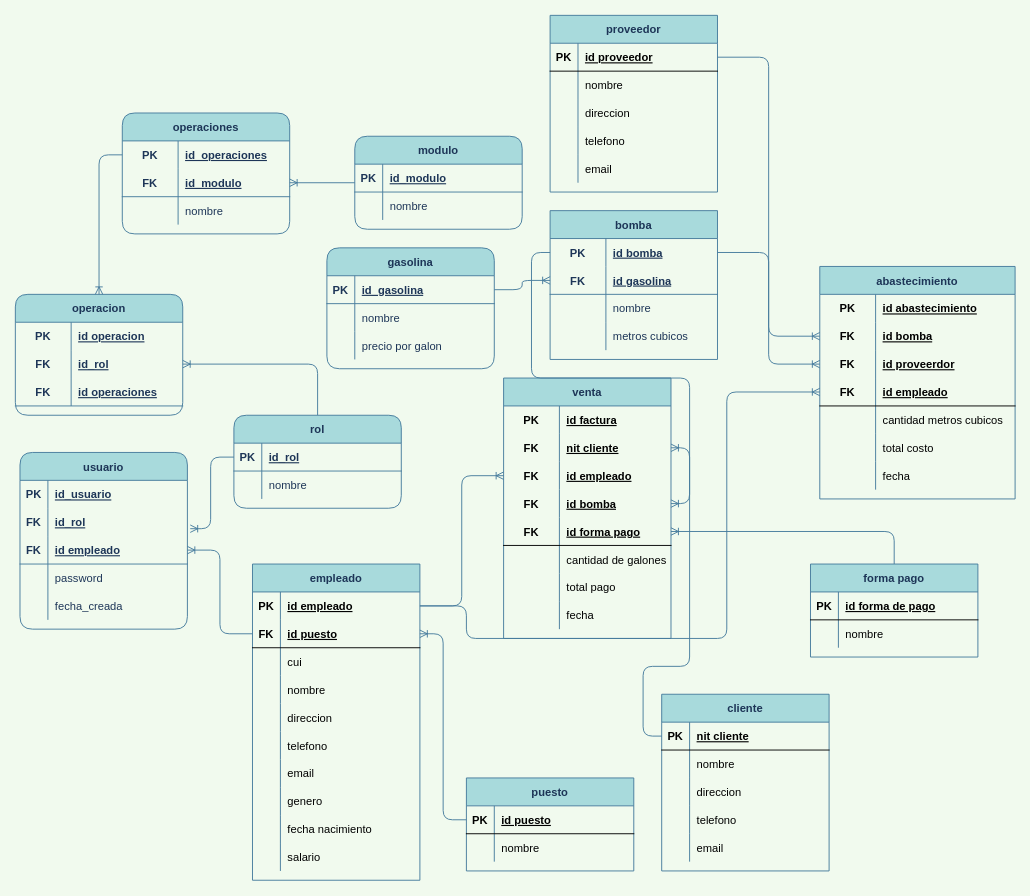
Before: Untitled Diagram.drawio in BlackBidul/Diagrama-ER, a draw.io diagram. Source tidied: cells renumbered, new cells numbered last; positions are measured from the earlier drawing's top-left corner, leaving out a move shared by most shapes. Both pictures are drawn from the tidied source at 93%, with x=0, y=0 at pixel (15, 15).
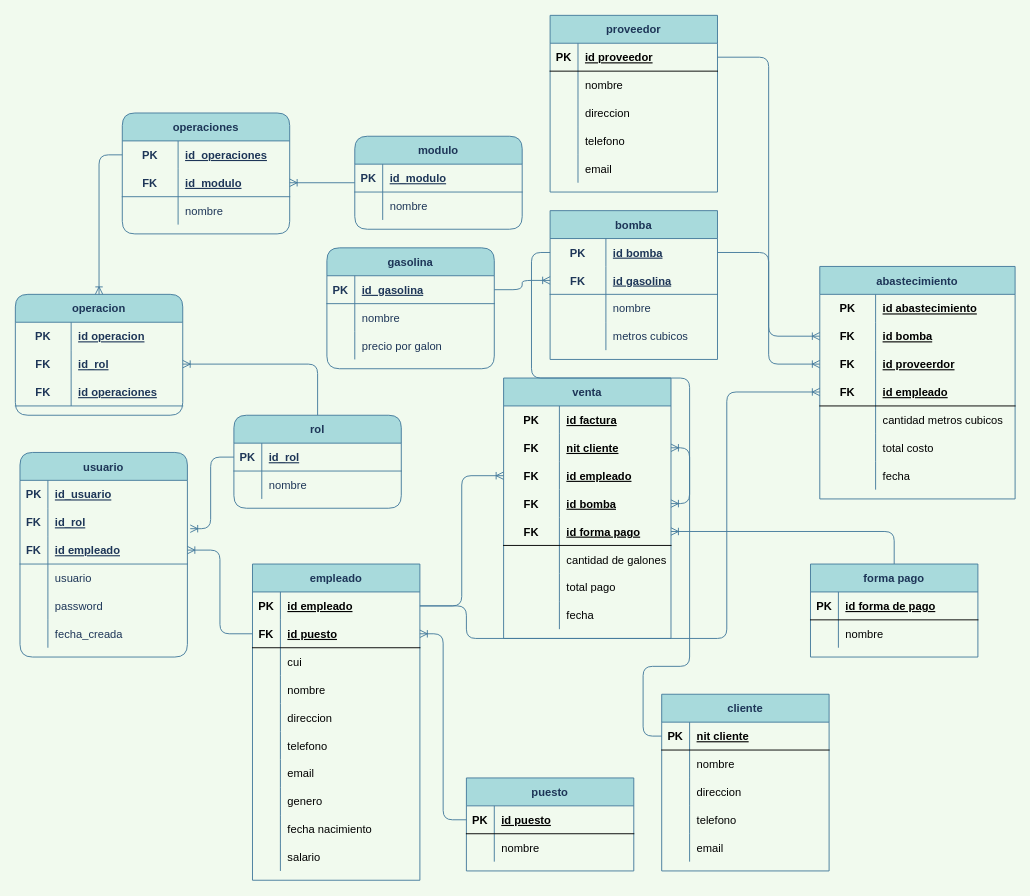
The same diagram, later.

Diff of the diagram source:
```diff
@@
     <mxCell id="2" value="usuario" style="shape=table;startSize=30;childLayout=tableLayout;rowLines=0;fontStyle=1;align=center;rounded=1;fillColor=#A8DADC;strokeColor=#457B9D;fontColor=#1D3557;" parent="1" vertex="1">
-      <mxGeometry x="5" y="470" width="180" height="190" as="geometry" />
+      <mxGeometry x="5" y="470" width="180" height="220" as="geometry" />
     </mxCell>
@@
+    <mxCell id="213" style="shape=partialRectangle;fillColor=none;top=0;left=0;bottom=0;right=0;rounded=1;strokeColor=#457B9D;fontColor=#1D3557;" parent="2" vertex="1">
+      <mxGeometry y="120" width="180" height="30" as="geometry" />
+    </mxCell>
+    <mxCell id="214" style="shape=partialRectangle;fillColor=none;top=0;left=0;bottom=0;right=0;overflow=hidden;rounded=1;strokeColor=#457B9D;fontColor=#1D3557;" parent="213" vertex="1">
+      <mxGeometry width="30" height="30" as="geometry" />
+    </mxCell>
+    <mxCell id="215" value="usuario" style="shape=partialRectangle;fillColor=none;top=0;left=0;bottom=0;right=0;align=left;spacingLeft=6;overflow=hidden;rounded=1;strokeColor=#457B9D;fontColor=#1D3557;" parent="213" vertex="1">
+      <mxGeometry x="30" width="150" height="30" as="geometry" />
+    </mxCell>
     <mxCell id="12" style="shape=partialRectangle;fillColor=none;top=0;left=0;bottom=0;right=0;rounded=1;strokeColor=#457B9D;fontColor=#1D3557;" parent="2" vertex="1">
-      <mxGeometry y="120" width="180" height="30" as="geometry" />
+      <mxGeometry y="150" width="180" height="30" as="geometry" />
     </mxCell>
@@
     <mxCell id="15" style="shape=partialRectangle;fillColor=none;top=0;left=0;bottom=0;right=0;rounded=1;strokeColor=#457B9D;fontColor=#1D3557;" parent="2" vertex="1">
-      <mxGeometry y="150" width="180" height="30" as="geometry" />
+      <mxGeometry y="180" width="180" height="30" as="geometry" />
     </mxCell>
```
